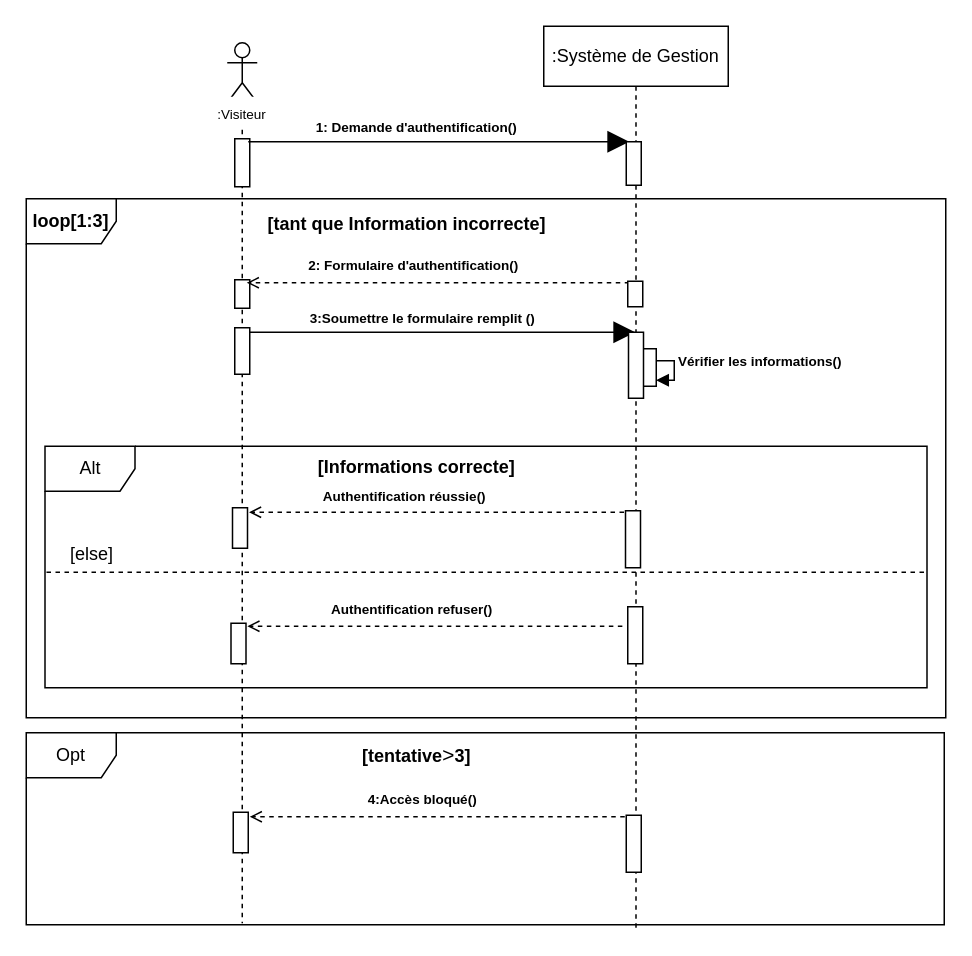
Before: connexion.drawio in louis-fresnel99/TpGasaL1, a draw.io diagram. Source tidied: cells renumbered, new cells numbered last; positions are measured from the earlier drawing's top-left corner, leaving out a move shared by most shapes. Both pictures are drawn from the tidied source at 150%, with x=0, y=0 at pixel (26, 26).
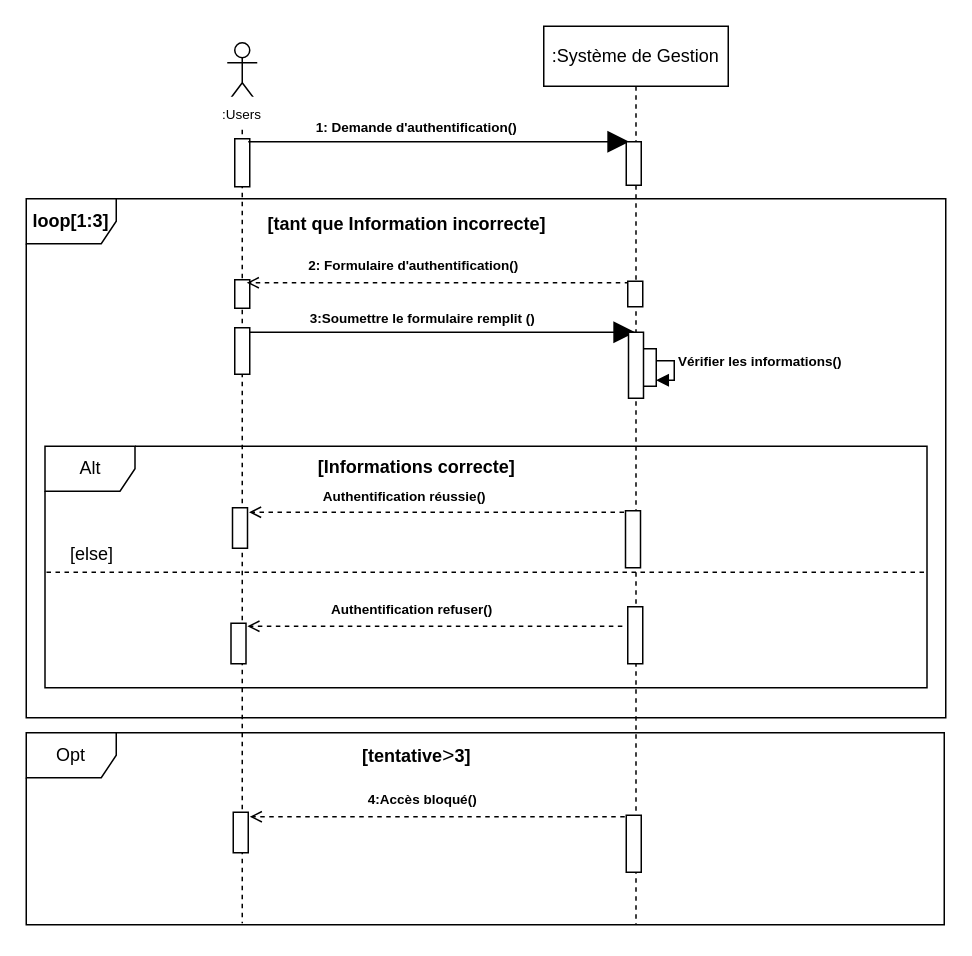
Above is the later version.

Commit message:
Mettre à jour connexion.drawio

The edit, as a diff of the source:
```diff
@@
     <mxCell id="2" value=":Système de Gestion" style="shape=umlLifeline;perimeter=lifelinePerimeter;whiteSpace=wrap;html=1;newEdgeStyle={&quot;edgeStyle&quot;:&quot;elbowEdgeStyle&quot;,&quot;elbow&quot;:&quot;vertical&quot;,&quot;curved&quot;:0,&quot;rounded&quot;:0};fillColor=light-dark(#FFFFFF, #ffffff);strokeColor=light-dark(#000000,#000000);labelBackgroundColor=none;fontColor=light-dark(#000000,#000000);" parent="1" vertex="1">
-      <mxGeometry x="345" width="123" height="602" as="geometry" />
+      <mxGeometry x="345" width="123" height="599" as="geometry" />
     </mxCell>
@@
-    <mxCell id="14" value="&lt;font style=&quot;font-size: 9px;&quot;&gt;:Visiteur&lt;/font&gt;" style="text;html=1;align=center;verticalAlign=middle;whiteSpace=wrap;rounded=0;fillColor=#FFFFFF;" parent="1" vertex="1">
+    <mxCell id="14" value="&lt;font style=&quot;font-size: 9px;&quot;&gt;:Users&lt;/font&gt;" style="text;html=1;align=center;verticalAlign=middle;whiteSpace=wrap;rounded=0;fillColor=#FFFFFF;" parent="1" vertex="1">
       <mxGeometry x="114" y="47" width="60" height="21" as="geometry" />
     </mxCell>
```
